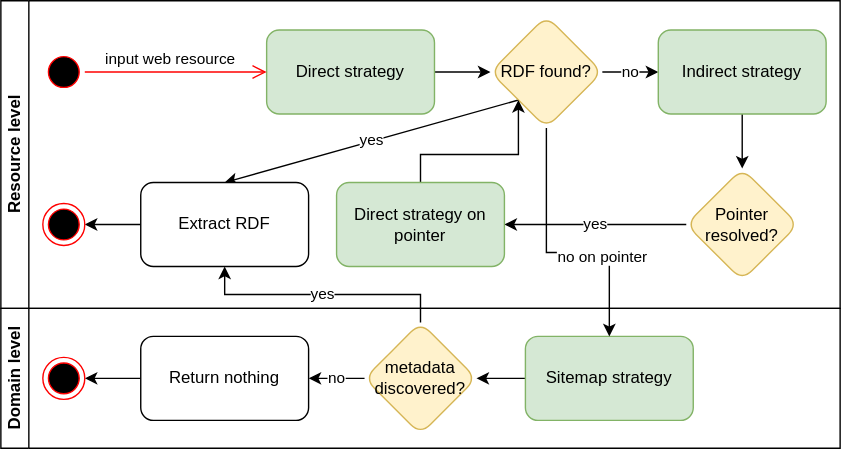
This is papers/wrx/wrx_overview.drawio.svg from cedricdcc/papers, a draw.io export, as it was before one commit. Source tidied: cells renumbered, new cells last; positions are measured from the earlier drawing's top-left corner, leaving out a move shared by most shapes. The source it was exported from:
```xml
<mxGraphModel>
  <root>
    <mxCell id="0" />
    <mxCell id="1" parent="0" />
    <mxCell id="2" value="Resource level" style="swimlane;horizontal=0;whiteSpace=wrap;html=1;startSize=20;" parent="1" vertex="1">
      <mxGeometry width="600" height="220" as="geometry" />
    </mxCell>
    <mxCell id="3" style="edgeStyle=orthogonalEdgeStyle;rounded=0;jettySize=auto;html=1;" parent="2" edge="1" source="4" target="7">
      <mxGeometry relative="1" as="geometry" />
    </mxCell>
    <mxCell id="4" value="Direct strategy" style="rounded=1;whiteSpace=wrap;html=1;fillColor=#d5e8d4;strokeColor=#82b366;" parent="2" vertex="1">
      <mxGeometry x="190" y="21" width="120" height="60" as="geometry" />
    </mxCell>
    <mxCell id="5" value="no" style="edgeStyle=orthogonalEdgeStyle;rounded=0;jettySize=auto;html=1;" parent="2" edge="1" source="7" target="9">
      <mxGeometry relative="1" as="geometry" />
    </mxCell>
    <mxCell id="6" value="yes" style="rounded=0;jettySize=auto;html=1;exitX=0;exitY=1;exitDx=0;exitDy=0;entryX=0.5;entryY=0;entryDx=0;entryDy=0;" parent="2" edge="1" source="7" target="13">
      <mxGeometry relative="1" as="geometry" />
    </mxCell>
    <mxCell id="7" value="RDF found?" style="rhombus;whiteSpace=wrap;html=1;rounded=1;fillColor=#fff2cc;strokeColor=#d6b656;" parent="2" vertex="1">
      <mxGeometry x="350" y="11" width="80" height="80" as="geometry" />
    </mxCell>
    <mxCell id="8" style="edgeStyle=orthogonalEdgeStyle;rounded=0;jettySize=auto;html=1;" parent="2" edge="1" source="9" target="11">
      <mxGeometry relative="1" as="geometry" />
    </mxCell>
    <mxCell id="9" value="Indirect strategy" style="whiteSpace=wrap;html=1;fillColor=#d5e8d4;strokeColor=#82b366;rounded=1;" parent="2" vertex="1">
      <mxGeometry x="470" y="21" width="120" height="60" as="geometry" />
    </mxCell>
    <mxCell id="10" value="yes" style="edgeStyle=orthogonalEdgeStyle;rounded=0;jettySize=auto;html=1;" parent="2" edge="1" source="11" target="15">
      <mxGeometry relative="1" as="geometry" />
    </mxCell>
    <mxCell id="11" value="Pointer resolved?" style="rhombus;whiteSpace=wrap;html=1;rounded=1;fillColor=#fff2cc;strokeColor=#d6b656;" parent="2" vertex="1">
      <mxGeometry x="490" y="120" width="80" height="80" as="geometry" />
    </mxCell>
    <mxCell id="12" style="edgeStyle=orthogonalEdgeStyle;rounded=0;jettySize=auto;html=1;" parent="2" edge="1" source="13" target="16">
      <mxGeometry relative="1" as="geometry" />
    </mxCell>
    <mxCell id="13" value="Extract RDF" style="whiteSpace=wrap;html=1;rounded=1;" parent="2" vertex="1">
      <mxGeometry x="100" y="130" width="120" height="60" as="geometry" />
    </mxCell>
    <mxCell id="14" style="edgeStyle=orthogonalEdgeStyle;rounded=0;jettySize=auto;html=1;entryX=0;entryY=1;entryDx=0;entryDy=0;" parent="2" edge="1" source="15" target="7">
      <mxGeometry relative="1" as="geometry" />
    </mxCell>
    <mxCell id="15" value="Direct strategy on pointer" style="rounded=1;whiteSpace=wrap;html=1;fillColor=#d5e8d4;strokeColor=#82b366;" parent="2" vertex="1">
      <mxGeometry x="240" y="130" width="120" height="60" as="geometry" />
    </mxCell>
    <mxCell id="16" style="ellipse;html=1;shape=endState;fillColor=#000000;strokeColor=#ff0000;" parent="2" vertex="1">
      <mxGeometry x="30" y="145" width="30" height="30" as="geometry" />
    </mxCell>
    <mxCell id="17" style="ellipse;html=1;shape=startState;fillColor=#000000;strokeColor=#ff0000;" parent="2" vertex="1">
      <mxGeometry x="30" y="36" width="30" height="30" as="geometry" />
    </mxCell>
    <mxCell id="18" style="edgeStyle=orthogonalEdgeStyle;html=1;verticalAlign=bottom;endArrow=open;endSize=8;strokeColor=#ff0000;rounded=0;entryX=0;entryY=0.5;entryDx=0;entryDy=0;" parent="2" edge="1" source="17" target="4">
      <mxGeometry relative="1" as="geometry" />
    </mxCell>
    <mxCell id="19" value="input web resource" style="edgeLabel;html=1;align=center;verticalAlign=middle;" parent="18" vertex="1">
      <mxGeometry y="-4" relative="1" as="geometry">
        <mxPoint x="-5" y="-14" as="offset" />
      </mxGeometry>
    </mxCell>
    <mxCell id="20" value="Domain level" style="swimlane;horizontal=0;whiteSpace=wrap;html=1;startSize=20;" parent="1" vertex="1">
      <mxGeometry y="220" width="600" height="100" as="geometry" />
    </mxCell>
    <mxCell id="21" style="edgeStyle=orthogonalEdgeStyle;rounded=0;jettySize=auto;html=1;" parent="20" edge="1" source="22" target="24">
      <mxGeometry relative="1" as="geometry" />
    </mxCell>
    <mxCell id="22" value="Sitemap strategy" style="rounded=1;whiteSpace=wrap;html=1;fillColor=#d5e8d4;strokeColor=#82b366;" parent="20" vertex="1">
      <mxGeometry x="375" y="20" width="120" height="60" as="geometry" />
    </mxCell>
    <mxCell id="23" value="no" style="edgeStyle=orthogonalEdgeStyle;rounded=0;jettySize=auto;html=1;" parent="20" edge="1" source="24" target="26">
      <mxGeometry relative="1" as="geometry" />
    </mxCell>
    <mxCell id="24" value="metadata discovered?" style="rhombus;whiteSpace=wrap;html=1;fillColor=#fff2cc;strokeColor=#d6b656;rounded=1;" parent="20" vertex="1">
      <mxGeometry x="260" y="10" width="80" height="80" as="geometry" />
    </mxCell>
    <mxCell id="25" style="edgeStyle=orthogonalEdgeStyle;rounded=0;jettySize=auto;html=1;" parent="20" edge="1" source="26" target="27">
      <mxGeometry relative="1" as="geometry" />
    </mxCell>
    <mxCell id="26" value="Return nothing" style="whiteSpace=wrap;html=1;rounded=1;" parent="20" vertex="1">
      <mxGeometry x="100" y="20" width="120" height="60" as="geometry" />
    </mxCell>
    <mxCell id="27" style="ellipse;html=1;shape=endState;fillColor=#000000;strokeColor=#ff0000;" parent="20" vertex="1">
      <mxGeometry x="30" y="35" width="30" height="30" as="geometry" />
    </mxCell>
    <mxCell id="28" style="edgeStyle=orthogonalEdgeStyle;rounded=0;jettySize=auto;html=1;entryX=0.5;entryY=0;entryDx=0;entryDy=0;" parent="1" edge="1" source="7" target="22">
      <mxGeometry relative="1" as="geometry">
        <Array as="points">
          <mxPoint x="390" y="180" />
          <mxPoint x="435" y="180" />
        </Array>
      </mxGeometry>
    </mxCell>
    <mxCell id="29" value="no on pointer" style="edgeLabel;html=1;align=center;verticalAlign=middle;" parent="28" vertex="1">
      <mxGeometry x="0.19" y="-2" relative="1" as="geometry">
        <mxPoint x="12" as="offset" />
      </mxGeometry>
    </mxCell>
    <mxCell id="30" value="yes" style="edgeStyle=orthogonalEdgeStyle;rounded=0;jettySize=auto;html=1;exitX=0.5;exitY=0;exitDx=0;exitDy=0;" parent="1" edge="1" source="24" target="13">
      <mxGeometry relative="1" as="geometry" />
    </mxCell>
  </root>
</mxGraphModel>
```
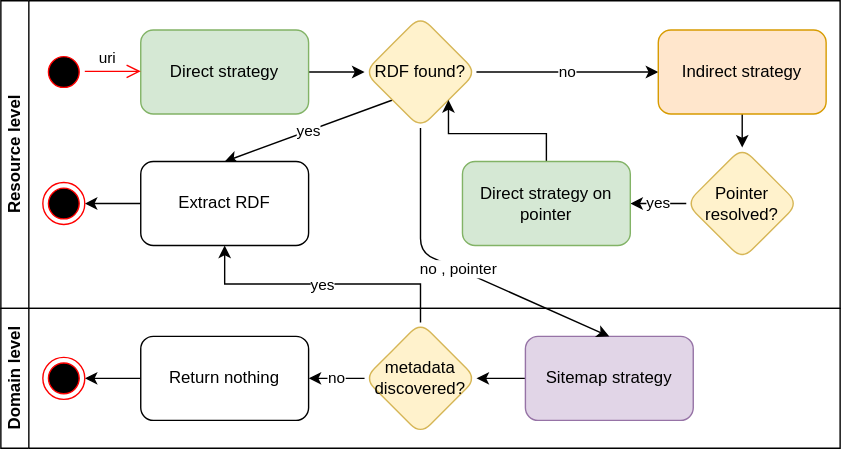
Later version of the same file.

Commit message:
Refactor code structure for improved readability and maintainability

The edit, as a diff of the source:
```diff
@@ -9,7 +9,7 @@
       <mxGeometry relative="1" as="geometry" />
     </mxCell>
     <mxCell id="4" value="Direct strategy" style="rounded=1;whiteSpace=wrap;html=1;fillColor=#d5e8d4;strokeColor=#82b366;" parent="2" vertex="1">
-      <mxGeometry x="190" y="21" width="120" height="60" as="geometry" />
+      <mxGeometry x="100" y="21" width="120" height="60" as="geometry" />
     </mxCell>
     <mxCell id="5" value="no" style="edgeStyle=orthogonalEdgeStyle;rounded=0;jettySize=auto;html=1;" parent="2" edge="1" source="7" target="9">
       <mxGeometry relative="1" as="geometry" />
@@ -18,42 +18,45 @@
       <mxGeometry relative="1" as="geometry" />
     </mxCell>
     <mxCell id="7" value="RDF found?" style="rhombus;whiteSpace=wrap;html=1;rounded=1;fillColor=#fff2cc;strokeColor=#d6b656;" parent="2" vertex="1">
-      <mxGeometry x="350" y="11" width="80" height="80" as="geometry" />
+      <mxGeometry x="260" y="11" width="80" height="80" as="geometry" />
     </mxCell>
     <mxCell id="8" style="edgeStyle=orthogonalEdgeStyle;rounded=0;jettySize=auto;html=1;" parent="2" edge="1" source="9" target="11">
       <mxGeometry relative="1" as="geometry" />
     </mxCell>
-    <mxCell id="9" value="Indirect strategy" style="whiteSpace=wrap;html=1;fillColor=#d5e8d4;strokeColor=#82b366;rounded=1;" parent="2" vertex="1">
+    <mxCell id="9" value="Indirect strategy" style="whiteSpace=wrap;html=1;fillColor=#ffe6cc;strokeColor=#d79b00;rounded=1;" parent="2" vertex="1">
       <mxGeometry x="470" y="21" width="120" height="60" as="geometry" />
     </mxCell>
     <mxCell id="10" value="yes" style="edgeStyle=orthogonalEdgeStyle;rounded=0;jettySize=auto;html=1;" parent="2" edge="1" source="11" target="15">
       <mxGeometry relative="1" as="geometry" />
     </mxCell>
     <mxCell id="11" value="Pointer resolved?" style="rhombus;whiteSpace=wrap;html=1;rounded=1;fillColor=#fff2cc;strokeColor=#d6b656;" parent="2" vertex="1">
-      <mxGeometry x="490" y="120" width="80" height="80" as="geometry" />
+      <mxGeometry x="490" y="105" width="80" height="80" as="geometry" />
     </mxCell>
     <mxCell id="12" style="edgeStyle=orthogonalEdgeStyle;rounded=0;jettySize=auto;html=1;" parent="2" edge="1" source="13" target="16">
       <mxGeometry relative="1" as="geometry" />
     </mxCell>
     <mxCell id="13" value="Extract RDF" style="whiteSpace=wrap;html=1;rounded=1;" parent="2" vertex="1">
-      <mxGeometry x="100" y="130" width="120" height="60" as="geometry" />
+      <mxGeometry x="100" y="115" width="120" height="60" as="geometry" />
     </mxCell>
-    <mxCell id="14" style="edgeStyle=orthogonalEdgeStyle;rounded=0;jettySize=auto;html=1;entryX=0;entryY=1;entryDx=0;entryDy=0;" parent="2" edge="1" source="15" target="7">
+    <mxCell id="14" style="edgeStyle=orthogonalEdgeStyle;rounded=0;jettySize=auto;html=1;entryX=1;entryY=1;entryDx=0;entryDy=0;" parent="2" edge="1" source="15" target="7">
       <mxGeometry relative="1" as="geometry" />
     </mxCell>
     <mxCell id="15" value="Direct strategy on pointer" style="rounded=1;whiteSpace=wrap;html=1;fillColor=#d5e8d4;strokeColor=#82b366;" parent="2" vertex="1">
-      <mxGeometry x="240" y="130" width="120" height="60" as="geometry" />
+      <mxGeometry x="330" y="115" width="120" height="60" as="geometry" />
     </mxCell>
     <mxCell id="16" style="ellipse;html=1;shape=endState;fillColor=#000000;strokeColor=#ff0000;" parent="2" vertex="1">
-      <mxGeometry x="30" y="145" width="30" height="30" as="geometry" />
+      <mxGeometry x="30" y="130" width="30" height="30" as="geometry" />
     </mxCell>
     <mxCell id="17" style="ellipse;html=1;shape=startState;fillColor=#000000;strokeColor=#ff0000;" parent="2" vertex="1">
       <mxGeometry x="30" y="36" width="30" height="30" as="geometry" />
     </mxCell>
-    <mxCell id="18" style="edgeStyle=orthogonalEdgeStyle;html=1;verticalAlign=bottom;endArrow=open;endSize=8;strokeColor=#ff0000;rounded=0;entryX=0;entryY=0.5;entryDx=0;entryDy=0;" parent="2" edge="1" source="17" target="4">
-      <mxGeometry relative="1" as="geometry" />
+    <mxCell id="18" style="edgeStyle=orthogonalEdgeStyle;html=1;verticalAlign=bottom;endArrow=open;endSize=8;strokeColor=#ff0000;rounded=0;entryX=0;entryY=0.5;entryDx=0;entryDy=0;" parent="2" edge="1">
+      <mxGeometry relative="1" as="geometry">
+        <mxPoint x="60" y="50.5" as="sourcePoint" />
+        <mxPoint x="100" y="50.5" as="targetPoint" />
+      </mxGeometry>
     </mxCell>
-    <mxCell id="19" value="input web resource" style="edgeLabel;html=1;align=center;verticalAlign=middle;" parent="18" vertex="1">
+    <mxCell id="19" value="uri" style="edgeLabel;html=1;align=center;verticalAlign=middle;" parent="18" vertex="1">
       <mxGeometry y="-4" relative="1" as="geometry">
         <mxPoint x="-5" y="-14" as="offset" />
       </mxGeometry>
@@ -64,7 +67,7 @@
     <mxCell id="21" style="edgeStyle=orthogonalEdgeStyle;rounded=0;jettySize=auto;html=1;" parent="20" edge="1" source="22" target="24">
       <mxGeometry relative="1" as="geometry" />
     </mxCell>
-    <mxCell id="22" value="Sitemap strategy" style="rounded=1;whiteSpace=wrap;html=1;fillColor=#d5e8d4;strokeColor=#82b366;" parent="20" vertex="1">
+    <mxCell id="22" value="Sitemap strategy" style="rounded=1;whiteSpace=wrap;html=1;fillColor=#e1d5e7;strokeColor=#9673a6;" parent="20" vertex="1">
       <mxGeometry x="375" y="20" width="120" height="60" as="geometry" />
     </mxCell>
     <mxCell id="23" value="no" style="edgeStyle=orthogonalEdgeStyle;rounded=0;jettySize=auto;html=1;" parent="20" edge="1" source="24" target="26">
@@ -82,21 +85,15 @@
     <mxCell id="27" style="ellipse;html=1;shape=endState;fillColor=#000000;strokeColor=#ff0000;" parent="20" vertex="1">
       <mxGeometry x="30" y="35" width="30" height="30" as="geometry" />
     </mxCell>
+    <mxCell id="30" value="yes" style="edgeStyle=orthogonalEdgeStyle;rounded=0;jettySize=auto;html=1;exitX=0.5;exitY=0;exitDx=0;exitDy=0;" parent="1" edge="1" source="24" target="13">
+      <mxGeometry relative="1" as="geometry" />
+    </mxCell>
-    <mxCell id="28" style="edgeStyle=orthogonalEdgeStyle;rounded=0;jettySize=auto;html=1;entryX=0.5;entryY=0;entryDx=0;entryDy=0;" parent="1" edge="1" source="7" target="22">
+    <mxCell id="28" value="no , pointer" style="edgeStyle=none;html=1;entryX=0.5;entryY=0;entryDx=0;entryDy=0;" parent="1" edge="1" source="7" target="22">
       <mxGeometry relative="1" as="geometry">
         <Array as="points">
-          <mxPoint x="390" y="180" />
-          <mxPoint x="435" y="180" />
+          <mxPoint x="300" y="180" />
         </Array>
       </mxGeometry>
     </mxCell>
-    <mxCell id="29" value="no on pointer" style="edgeLabel;html=1;align=center;verticalAlign=middle;" parent="28" vertex="1">
-      <mxGeometry x="0.19" y="-2" relative="1" as="geometry">
-        <mxPoint x="12" as="offset" />
-      </mxGeometry>
-    </mxCell>
-    <mxCell id="30" value="yes" style="edgeStyle=orthogonalEdgeStyle;rounded=0;jettySize=auto;html=1;exitX=0.5;exitY=0;exitDx=0;exitDy=0;" parent="1" edge="1" source="24" target="13">
-      <mxGeometry relative="1" as="geometry" />
-    </mxCell>
   </root>
 </mxGraphModel>
```
